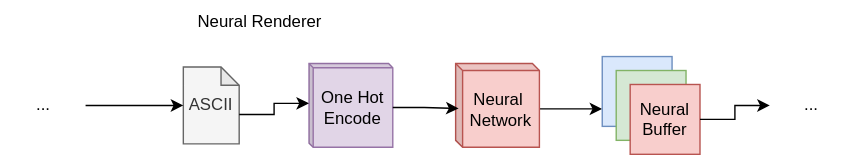
Before: img/NeuralRenderer.svg, a diagram exported from draw.io (BrandnerKasper/FusionEngine). Source tidied: cells renumbered, new cells last; positions are measured from the earlier drawing's top-left corner, leaving out a move shared by most shapes.
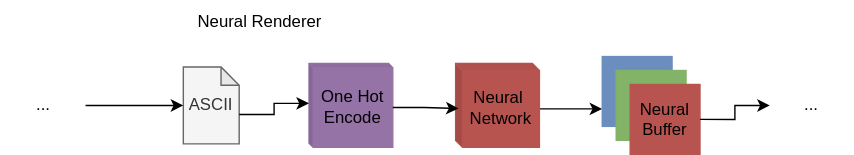
After the change.

Change to the diagram source:
```diff
@@ -8,22 +8,22 @@
     <mxCell id="3" style="edgeStyle=orthogonalEdgeStyle;rounded=0;jettySize=auto;html=1;exitX=0;exitY=0;exitDx=60;exitDy=32.5;exitPerimeter=0;entryX=0;entryY=0.75;entryDx=0;entryDy=0;" parent="1" edge="1" source="4" target="7">
       <mxGeometry relative="1" as="geometry" />
     </mxCell>
-    <mxCell id="4" value="Neural&amp;nbsp;&lt;div&gt;Network&lt;/div&gt;" style="shape=cube;whiteSpace=wrap;html=1;boundedLbl=1;backgroundOutline=1;darkOpacity=0.05;darkOpacity2=0.1;size=5;fillColor=#f8cecc;strokeColor=#b85450;" parent="1" vertex="1">
+    <mxCell id="4" value="Neural&amp;nbsp;&lt;div&gt;Network&lt;/div&gt;" style="shape=cube;whiteSpace=wrap;html=1;boundedLbl=1;backgroundOutline=1;darkOpacity=0.05;darkOpacity2=0.1;size=5;fillColor=#B85450;strokeColor=#b85450;" parent="1" vertex="1">
       <mxGeometry x="325" y="45" width="60" height="60" as="geometry" />
     </mxCell>
-    <mxCell id="5" value="One Hot Encode" style="shape=cube;whiteSpace=wrap;html=1;boundedLbl=1;backgroundOutline=1;darkOpacity=0.05;darkOpacity2=0.1;size=3;fillColor=#e1d5e7;strokeColor=#9673a6;" parent="1" vertex="1">
+    <mxCell id="5" value="One Hot Encode" style="shape=cube;whiteSpace=wrap;html=1;boundedLbl=1;backgroundOutline=1;darkOpacity=0.05;darkOpacity2=0.1;size=3;fillColor=#9673A6;strokeColor=#9673a6;" parent="1" vertex="1">
       <mxGeometry x="220" y="45" width="60" height="60" as="geometry" />
     </mxCell>
     <mxCell id="6" style="group;" parent="1" vertex="1">
       <mxGeometry x="430" y="40" width="70" height="70" as="geometry" />
     </mxCell>
-    <mxCell id="7" style="whiteSpace=wrap;html=1;fillColor=#dae8fc;strokeColor=#6c8ebf;" parent="6" vertex="1">
+    <mxCell id="7" style="whiteSpace=wrap;html=1;fillColor=#6C8EBF;strokeColor=#6c8ebf;" parent="6" vertex="1">
       <mxGeometry width="50" height="50" as="geometry" />
     </mxCell>
-    <mxCell id="8" style="whiteSpace=wrap;html=1;fillColor=#d5e8d4;strokeColor=#82b366;" parent="6" vertex="1">
+    <mxCell id="8" style="whiteSpace=wrap;html=1;fillColor=#82B366;strokeColor=#82b366;" parent="6" vertex="1">
       <mxGeometry x="10" y="10" width="50" height="50" as="geometry" />
     </mxCell>
-    <mxCell id="9" value="Neural Buffer" style="whiteSpace=wrap;html=1;fillColor=#f8cecc;strokeColor=#b85450;" parent="6" vertex="1">
+    <mxCell id="9" value="Neural Buffer" style="whiteSpace=wrap;html=1;fillColor=#B85450;strokeColor=#b85450;" parent="6" vertex="1">
       <mxGeometry x="20" y="20" width="50" height="50" as="geometry" />
     </mxCell>
     <mxCell id="10" style="edgeStyle=orthogonalEdgeStyle;rounded=0;jettySize=auto;html=1;exitX=0;exitY=0;exitDx=40;exitDy=34;exitPerimeter=0;entryX=0;entryY=0;entryDx=0;entryDy=28.5;entryPerimeter=0;" parent="1" edge="1" source="2" target="5">
```
